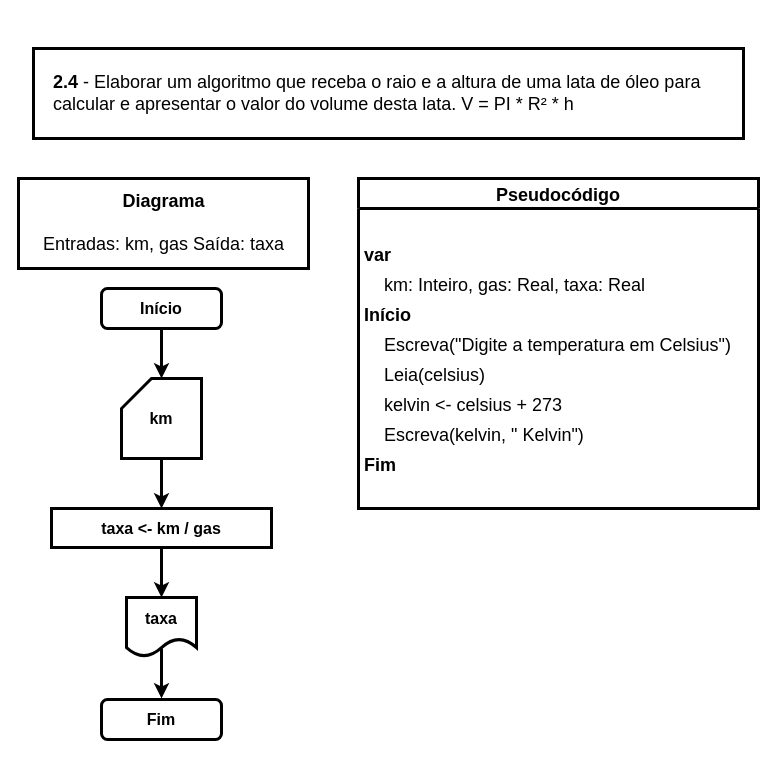
The draw.io diagram page "Ex. 2.4" (8 of 14) of exercicios.drawio in iSamekh/draw.io, before the edit. Source tidied: cells renumbered, new cells numbered last; positions are measured from the earlier drawing's top-left corner, leaving out a move shared by most shapes. Both pictures are drawn from the tidied source at 100%, with x=0, y=0 at pixel (18, 48).
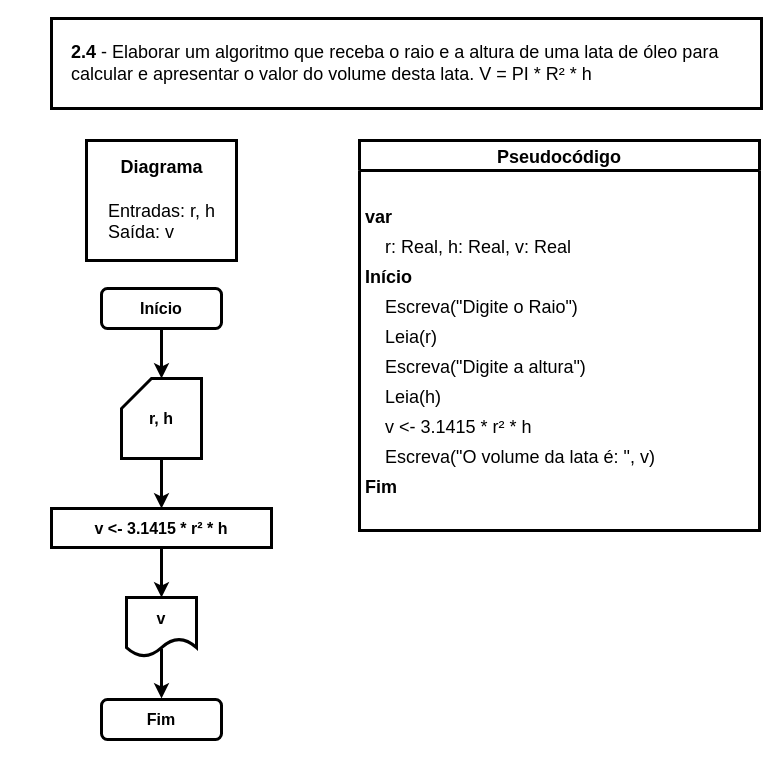
Above is the later version.

What changed in the source:
```diff
@@
-    <mxCell id="6" value="taxa" style="shape=document;whiteSpace=wrap;html=1;boundedLbl=1;fontStyle=1;fontSize=16;strokeWidth=3;" parent="1" vertex="1">
+    <mxCell id="6" value="v" style="shape=document;whiteSpace=wrap;html=1;boundedLbl=1;fontStyle=1;fontSize=16;strokeWidth=3;" parent="1" vertex="1">
       <mxGeometry x="108" y="549" width="70" height="59" as="geometry" />
     </mxCell>
@@
-    <mxCell id="8" value="km" style="shape=card;whiteSpace=wrap;html=1;fontStyle=1;fontSize=16;strokeWidth=3;" parent="1" vertex="1">
+    <mxCell id="8" value="r, h" style="shape=card;whiteSpace=wrap;html=1;fontStyle=1;fontSize=16;strokeWidth=3;" parent="1" vertex="1">
       <mxGeometry x="103" y="330" width="80" height="80" as="geometry" />
     </mxCell>
@@
-    <mxCell id="10" value="taxa &amp;lt;- km / gas" style="rounded=0;whiteSpace=wrap;html=1;fontStyle=1;fontSize=16;strokeWidth=3;" parent="1" vertex="1">
+    <mxCell id="10" value="v &amp;lt;- 3.1415 * r² * h" style="rounded=0;whiteSpace=wrap;html=1;fontStyle=1;fontSize=16;strokeWidth=3;" parent="1" vertex="1">
       <mxGeometry x="33" y="460" width="220" height="39" as="geometry" />
     </mxCell>
     <mxCell id="11" value="Pseudocódigo" style="swimlane;fontStyle=1;horizontal=1;startSize=30;rounded=0;shadow=0;labelBackgroundColor=#FFFFFF;labelBorderColor=none;sketch=0;fillStyle=auto;strokeColor=default;strokeWidth=3;fillColor=default;swimlaneLine=1;glass=0;arcSize=20;fontSize=18;spacing=10;" parent="1" vertex="1">
-      <mxGeometry x="340" y="130" width="400" height="330" as="geometry" />
+      <mxGeometry x="341" y="92" width="400" height="390" as="geometry" />
     </mxCell>
@@
-    <mxCell id="14" value="    km: Inteiro, gas: Real, taxa: Real" style="text;strokeColor=none;fillColor=none;align=left;verticalAlign=middle;spacingLeft=4;spacingRight=4;overflow=hidden;rounded=1;shadow=0;labelBackgroundColor=none;labelBorderColor=none;sketch=1;fillStyle=auto;strokeWidth=3;fontSize=18;" parent="11" vertex="1">
+    <mxCell id="14" value="    r: Real, h: Real, v: Real" style="text;strokeColor=none;fillColor=none;align=left;verticalAlign=middle;spacingLeft=4;spacingRight=4;overflow=hidden;rounded=1;shadow=0;labelBackgroundColor=none;labelBorderColor=none;sketch=1;fillStyle=auto;strokeWidth=3;fontSize=18;" parent="11" vertex="1">
       <mxGeometry y="90" width="400" height="30" as="geometry" />
     </mxCell>
@@
-    <mxCell id="16" value="     Escreva(&quot;Digite a temperatura em Celsius&quot;)" style="text;strokeColor=none;fillColor=none;align=left;verticalAlign=middle;spacingLeft=4;spacingRight=4;overflow=hidden;rounded=1;shadow=0;labelBackgroundColor=none;labelBorderColor=none;sketch=1;fillStyle=auto;strokeWidth=3;fontStyle=0;fontSize=18;" parent="11" vertex="1">
+    <mxCell id="16" value="     Escreva(&quot;Digite o Raio&quot;)" style="text;strokeColor=none;fillColor=none;align=left;verticalAlign=middle;spacingLeft=4;spacingRight=4;overflow=hidden;rounded=1;shadow=0;labelBackgroundColor=none;labelBorderColor=none;sketch=1;fillStyle=auto;strokeWidth=3;fontStyle=0;fontSize=18;" parent="11" vertex="1">
       <mxGeometry y="150" width="400" height="30" as="geometry" />
     </mxCell>
-    <mxCell id="17" value="     Leia(celsius)" style="text;strokeColor=none;fillColor=none;align=left;verticalAlign=middle;spacingLeft=4;spacingRight=4;overflow=hidden;rounded=1;shadow=0;labelBackgroundColor=none;labelBorderColor=none;sketch=1;fillStyle=auto;strokeWidth=3;fontStyle=0;fontSize=18;" parent="11" vertex="1">
+    <mxCell id="17" value="     Leia(r)" style="text;strokeColor=none;fillColor=none;align=left;verticalAlign=middle;spacingLeft=4;spacingRight=4;overflow=hidden;rounded=1;shadow=0;labelBackgroundColor=none;labelBorderColor=none;sketch=1;fillStyle=auto;strokeWidth=3;fontStyle=0;fontSize=18;" parent="11" vertex="1">
       <mxGeometry y="180" width="400" height="30" as="geometry" />
     </mxCell>
+    <mxCell id="24" value="    Escreva(&quot;Digite a altura&quot;)" style="text;strokeColor=none;fillColor=none;align=left;verticalAlign=middle;spacingLeft=4;spacingRight=4;overflow=hidden;rounded=1;shadow=0;labelBackgroundColor=none;labelBorderColor=none;sketch=1;fillStyle=auto;strokeWidth=3;fontStyle=0;fontSize=18;" parent="11" vertex="1">
+      <mxGeometry y="210" width="400" height="30" as="geometry" />
+    </mxCell>
+    <mxCell id="25" value="    Leia(h)" style="text;strokeColor=none;fillColor=none;align=left;verticalAlign=middle;spacingLeft=4;spacingRight=4;overflow=hidden;rounded=1;shadow=0;labelBackgroundColor=none;labelBorderColor=none;sketch=1;fillStyle=auto;strokeWidth=3;fontStyle=0;fontSize=18;" parent="11" vertex="1">
+      <mxGeometry y="240" width="400" height="30" as="geometry" />
+    </mxCell>
-    <mxCell id="18" value="    kelvin &lt;- celsius + 273" style="text;strokeColor=none;fillColor=none;align=left;verticalAlign=middle;spacingLeft=4;spacingRight=4;overflow=hidden;rounded=1;shadow=0;labelBackgroundColor=none;labelBorderColor=none;sketch=1;fillStyle=auto;strokeWidth=3;fontStyle=0;fontSize=18;" parent="11" vertex="1">
-      <mxGeometry y="210" width="400" height="30" as="geometry" />
+    <mxCell id="18" value="    v &lt;- 3.1415 * r² * h" style="text;strokeColor=none;fillColor=none;align=left;verticalAlign=middle;spacingLeft=4;spacingRight=4;overflow=hidden;rounded=1;shadow=0;labelBackgroundColor=none;labelBorderColor=none;sketch=1;fillStyle=auto;strokeWidth=3;fontStyle=0;fontSize=18;" parent="11" vertex="1">
+      <mxGeometry y="270" width="400" height="30" as="geometry" />
     </mxCell>
-    <mxCell id="19" value="     Escreva(kelvin, &quot; Kelvin&quot;)" style="text;strokeColor=none;fillColor=none;align=left;verticalAlign=middle;spacingLeft=4;spacingRight=4;overflow=hidden;rounded=1;shadow=0;labelBackgroundColor=none;labelBorderColor=none;sketch=1;fillStyle=auto;strokeWidth=3;fontStyle=0;fontSize=18;" parent="11" vertex="1">
-      <mxGeometry y="240" width="400" height="30" as="geometry" />
+    <mxCell id="19" value="     Escreva(&quot;O volume da lata é: &quot;, v)" style="text;strokeColor=none;fillColor=none;align=left;verticalAlign=middle;spacingLeft=4;spacingRight=4;overflow=hidden;rounded=1;shadow=0;labelBackgroundColor=none;labelBorderColor=none;sketch=1;fillStyle=auto;strokeWidth=3;fontStyle=0;fontSize=18;" parent="11" vertex="1">
+      <mxGeometry y="300" width="400" height="30" as="geometry" />
     </mxCell>
     <mxCell id="20" value="Fim" style="text;strokeColor=none;fillColor=none;align=left;verticalAlign=middle;spacingLeft=4;spacingRight=4;overflow=hidden;rounded=1;shadow=0;labelBackgroundColor=none;labelBorderColor=none;sketch=1;fillStyle=auto;strokeWidth=3;fontStyle=1;fontSize=18;" parent="11" vertex="1">
-      <mxGeometry y="270" width="400" height="30" as="geometry" />
+      <mxGeometry y="330" width="400" height="30" as="geometry" />
     </mxCell>
     <mxCell id="21" style="text;strokeColor=none;fillColor=none;align=left;verticalAlign=middle;spacingLeft=4;spacingRight=4;overflow=hidden;rounded=1;shadow=0;labelBackgroundColor=none;labelBorderColor=none;sketch=1;fillStyle=auto;strokeWidth=3;fontStyle=1;fontSize=18;" parent="11" vertex="1">
-      <mxGeometry y="300" width="400" height="30" as="geometry" />
+      <mxGeometry y="360" width="400" height="30" as="geometry" />
     </mxCell>
-    <mxCell id="22" value="&lt;font style=&quot;font-size: 18px;&quot;&gt;&lt;b style=&quot;font-size: 18px;&quot;&gt;Diagrama&lt;br&gt;&lt;/b&gt;&lt;br style=&quot;font-size: 18px;&quot;&gt;&lt;div style=&quot;text-align: left; font-size: 18px;&quot;&gt;&lt;span style=&quot;font-size: 18px;&quot;&gt;&lt;font style=&quot;font-size: 18px;&quot;&gt;Entradas: km, gas&lt;span style=&quot;white-space: pre;&quot;&gt; &lt;/span&gt;&lt;/font&gt;&lt;/span&gt;Saída: taxa&lt;/div&gt;&lt;/font&gt;" style="text;html=1;align=center;verticalAlign=middle;fillColor=default;strokeColor=default;rounded=0;shadow=0;glass=0;labelBackgroundColor=#FFFFFF;labelBorderColor=none;sketch=0;fillStyle=auto;strokeWidth=3;fontSize=18;spacing=10;" parent="1" vertex="1">
-      <mxGeometry y="130" width="290" height="90" as="geometry" />
+    <mxCell id="22" value="&lt;font style=&quot;font-size: 18px;&quot;&gt;&lt;b style=&quot;font-size: 18px;&quot;&gt;Diagrama&lt;br&gt;&lt;/b&gt;&lt;br style=&quot;font-size: 18px;&quot;&gt;&lt;div style=&quot;text-align: left; font-size: 18px;&quot;&gt;&lt;span style=&quot;font-size: 18px;&quot;&gt;&lt;font style=&quot;font-size: 18px;&quot;&gt;Entradas: r, h&lt;/font&gt;&lt;/span&gt;&lt;/div&gt;&lt;div style=&quot;text-align: left; font-size: 18px;&quot;&gt;Saída: v&lt;/div&gt;&lt;/font&gt;" style="text;html=1;align=center;verticalAlign=middle;fillColor=default;strokeColor=default;rounded=0;shadow=0;glass=0;labelBackgroundColor=#FFFFFF;labelBorderColor=none;sketch=0;fillStyle=auto;strokeWidth=3;fontSize=18;spacing=10;" parent="1" vertex="1">
+      <mxGeometry x="68" y="92" width="150" height="120" as="geometry" />
     </mxCell>
     <mxCell id="23" value="&lt;font style=&quot;font-size: 18px;&quot;&gt;&lt;b&gt;2.4&lt;/b&gt; - Elaborar um algoritmo que receba o raio e a altura de uma lata de óleo para&lt;br&gt;calcular e apresentar o valor do volume desta lata.&lt;span style=&quot;white-space: pre;&quot;&gt; &lt;/span&gt;V = PI * R² * h&lt;/font&gt;" style="text;html=1;align=left;verticalAlign=middle;rounded=0;labelBackgroundColor=#FFF;fillColor=default;gradientColor=none;strokeColor=default;fontSize=18;perimeterSpacing=0;spacing=20;strokeWidth=3;" parent="1" vertex="1">
-      <mxGeometry x="15" width="710" height="90" as="geometry" />
+      <mxGeometry x="33" y="-30" width="710" height="90" as="geometry" />
     </mxCell>
```
